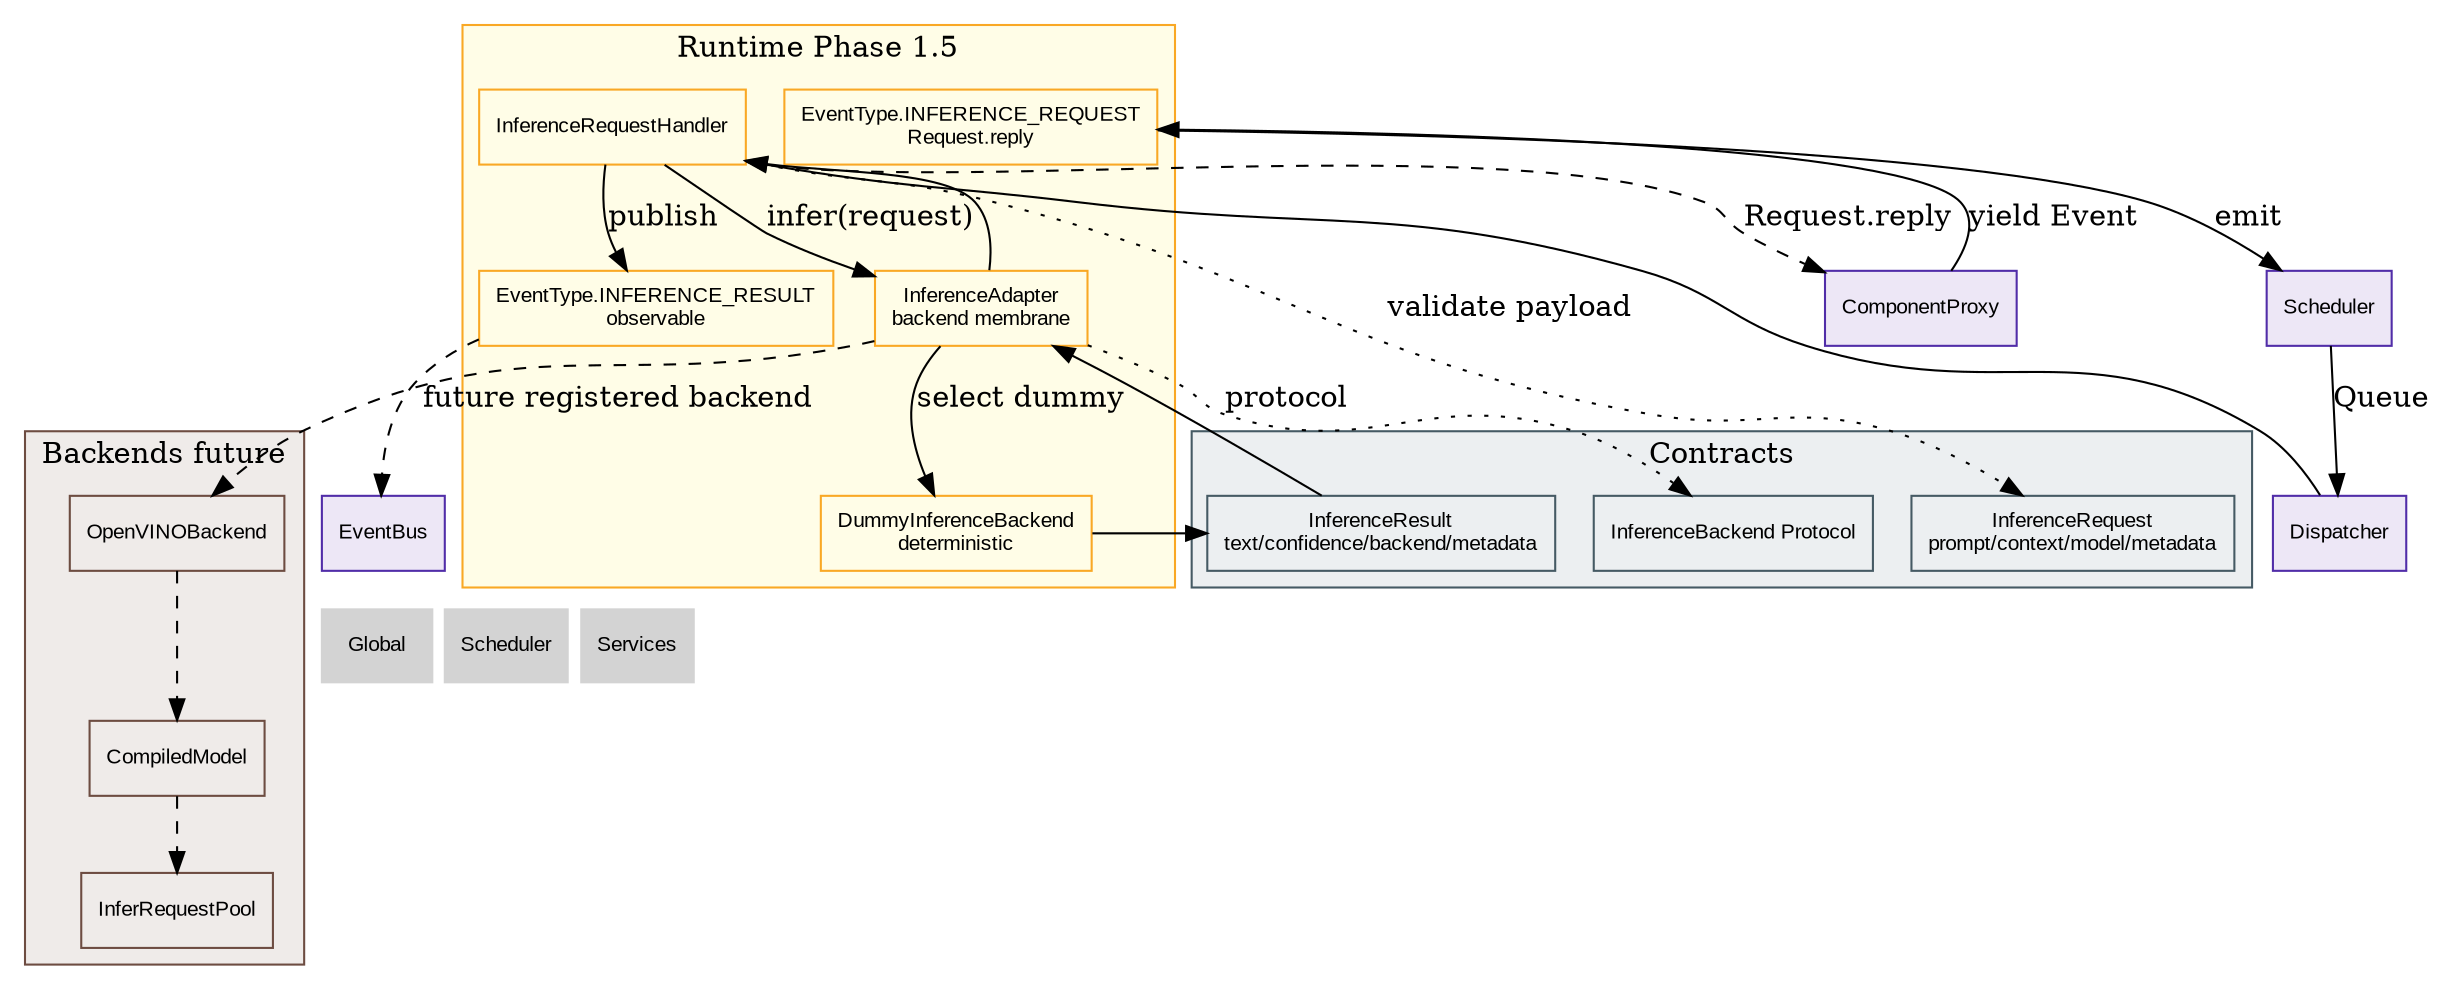
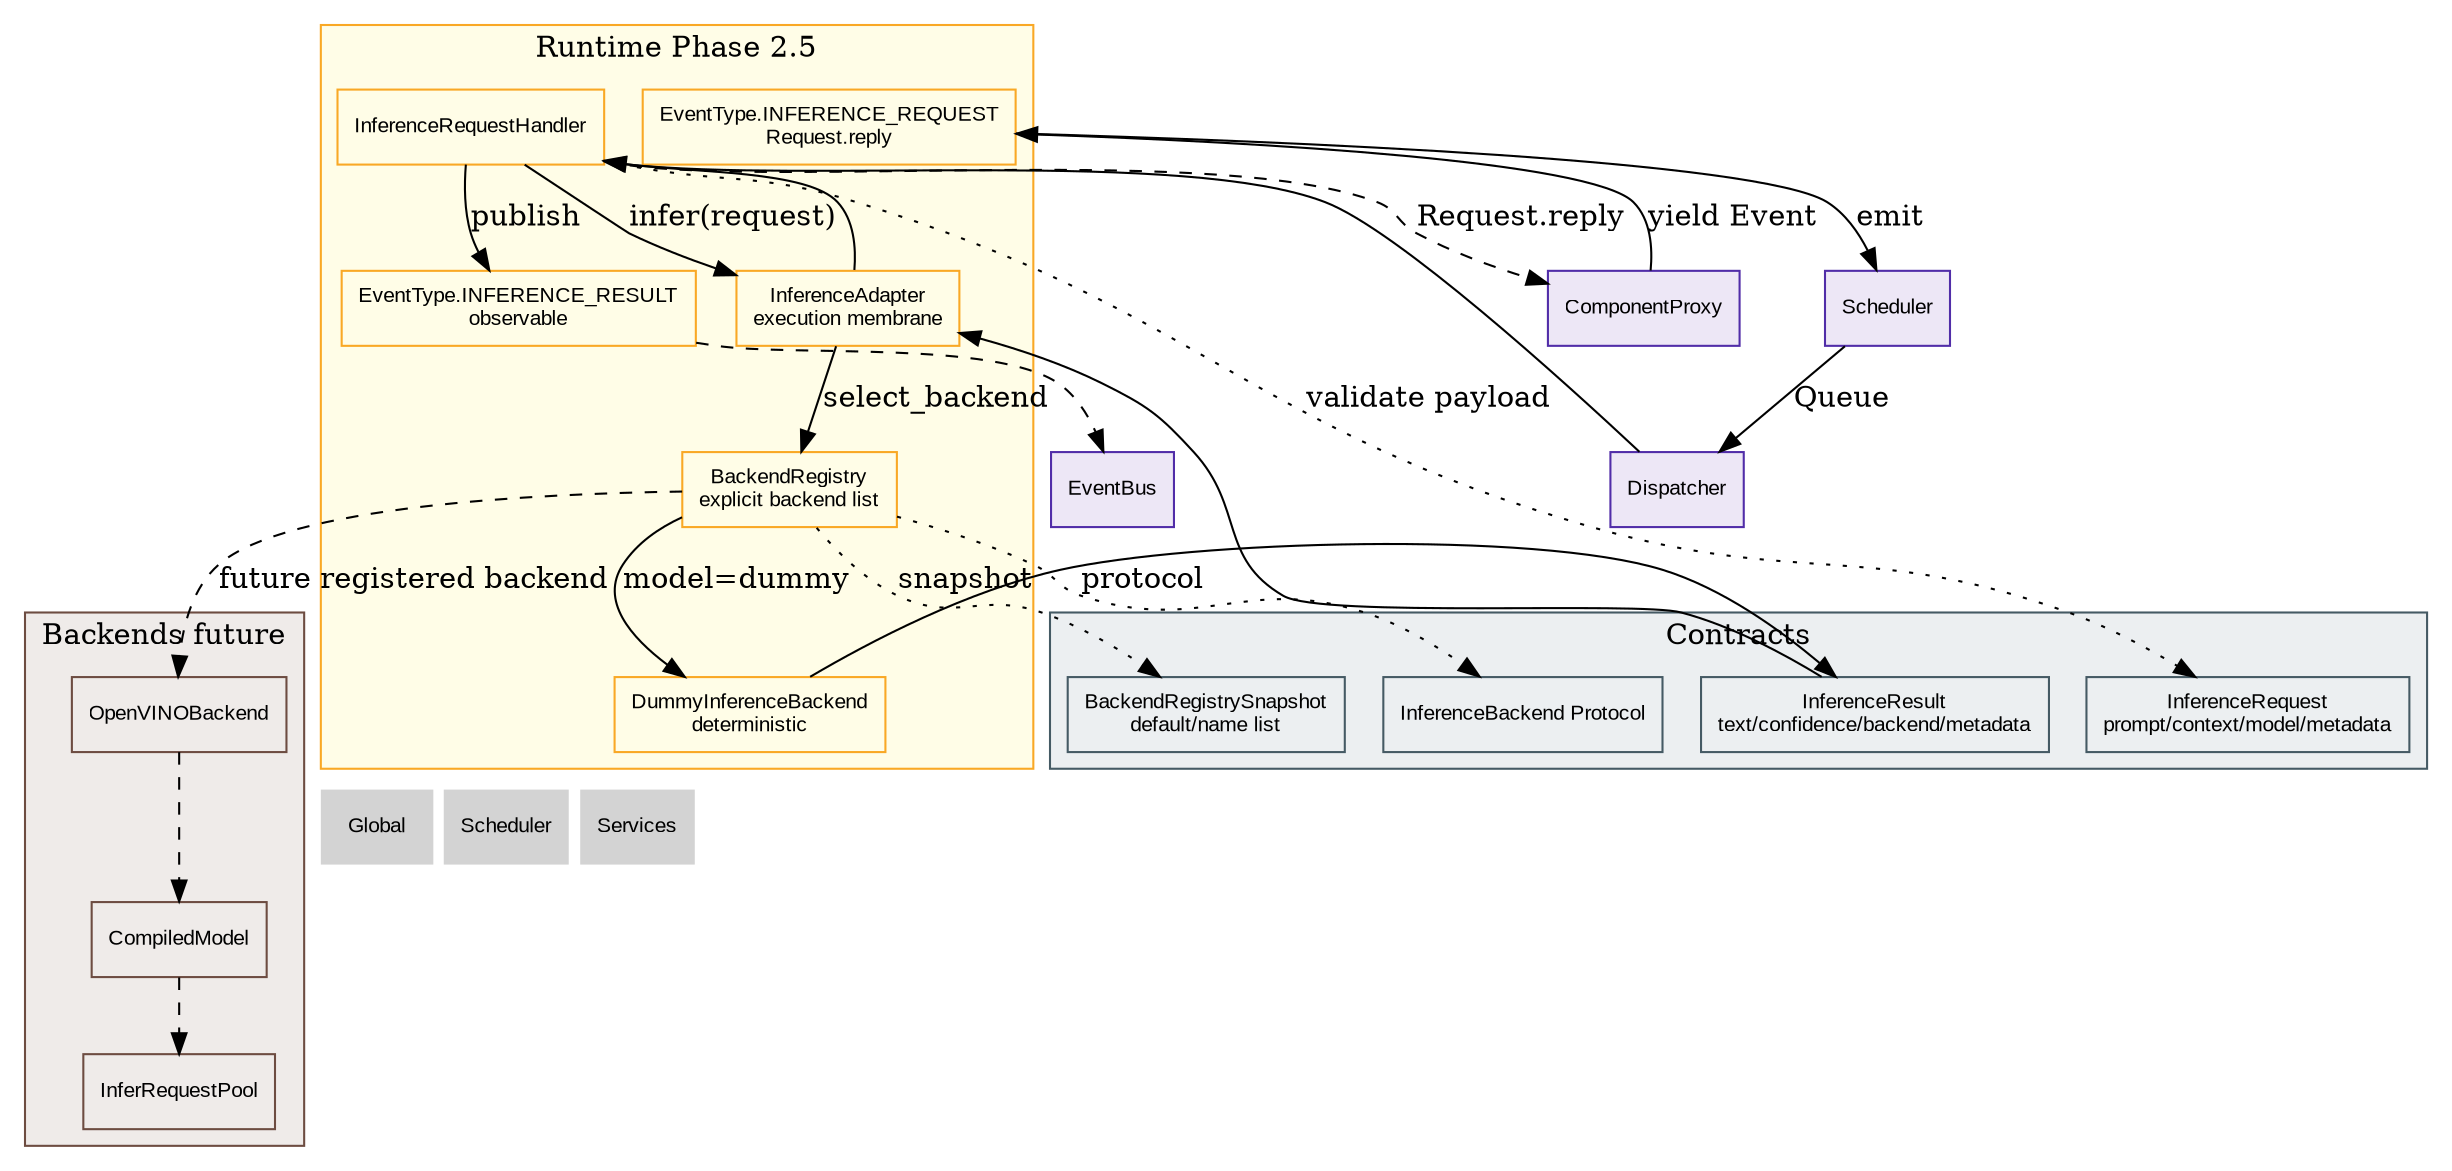
digraph Inference {
    // ROADMAP_ID: inference
    // ROADMAP_PARENT: 00_global.dot

    rankdir=TB;
    node [shape=box, style=filled, fontname="Arial", fontsize=10];

-     // ROADMAP_NOTE[phase1_5]:
-     // Cette vue ajoute InferenceAdapter entre le handler et les backends.
-     // Le handler ne dépend plus de DummyInferenceBackend. OpenVINO pourra
-     // être ajouté comme backend enregistré dans l'adapter sans modifier
-     // Scheduler, Dispatcher ou ComponentProxy.
+     // ROADMAP_NOTE[phase2_5]:
+     // BackendRegistry devient la liste explicite des backends disponibles.
+     // InferenceAdapter n'enregistre plus directement les backends : il exécute
+     // seulement via le backend sélectionné par le registry. OpenVINO sera donc
+     // ajouté en enregistrant un backend, pas en modifiant Scheduler/Dispatcher.

    subgraph cluster_contracts {
        label="Contracts";
        color="#455a64";
        bgcolor="#eceff1";
        node [fillcolor="#eceff1", color="#455a64"];
-         InferenceRequest [label="InferenceRequest
- prompt/context/model/metadata"];
-         InferenceResult [label="InferenceResult
- text/confidence/backend/metadata"];
+         InferenceRequest [label="InferenceRequest\nprompt/context/model/metadata"];
+         InferenceResult [label="InferenceResult\ntext/confidence/backend/metadata"];
        InferenceBackend [label="InferenceBackend Protocol"];
+         RegistrySnapshot [label="BackendRegistrySnapshot\ndefault/name list"];
    }

    subgraph cluster_runtime {
-         label="Runtime Phase 1.5";
+         label="Runtime Phase 2.5";
        color="#f9a825";
        bgcolor="#fffde7";
        node [fillcolor="#fffde7", color="#f9a825"];
-         EventRequest [label="EventType.INFERENCE_REQUEST
- Request.reply"];
+         EventRequest [label="EventType.INFERENCE_REQUEST\nRequest.reply"];
        Handler [label="InferenceRequestHandler"];
-         Adapter [label="InferenceAdapter
- backend membrane"];
-         Dummy [label="DummyInferenceBackend
- deterministic"];
-         EventResult [label="EventType.INFERENCE_RESULT
- observable"];
+         Adapter [label="InferenceAdapter\nexecution membrane"];
+         Registry [label="BackendRegistry\nexplicit backend list"];
+         Dummy [label="DummyInferenceBackend\ndeterministic"];
+         EventResult [label="EventType.INFERENCE_RESULT\nobservable"];
    }

    subgraph cluster_future {
        label="Backends future";
        color="#6d4c41";
        bgcolor="#efebe9";
        node [fillcolor="#efebe9", color="#6d4c41"];
        OpenVINO [label="OpenVINOBackend"];
        CompiledModel [label="CompiledModel"];
        InferPool [label="InferRequestPool"];
    }

    Scheduler [fillcolor="#ede7f6", color="#512da8", URL="../scheduler/10_scheduler.svg"];
    Dispatcher [fillcolor="#ede7f6", color="#512da8", URL="../scheduler/dispatcher/11_dispatcher.svg"];
    ComponentProxy [fillcolor="#ede7f6", color="#512da8", URL="../scheduler/component_proxy/14_component_proxy.svg"];
    EventBus [fillcolor="#ede7f6", color="#512da8", URL="../scheduler/event_bus/12_event_bus.svg"];

    ComponentProxy -> EventRequest [label="yield Event"];
    EventRequest -> Scheduler [label="emit"];
    Scheduler -> Dispatcher [label="Queue"];
    Dispatcher -> Handler;
    Handler -> InferenceRequest [style=dotted, label="validate payload"];
    Handler -> Adapter [label="infer(request)"];
-     Adapter -> InferenceBackend [style=dotted, label="protocol"];
-     Adapter -> Dummy [label="select dummy"];
+     Adapter -> Registry [label="select_backend"];
+     Registry -> RegistrySnapshot [style=dotted, label="snapshot"];
+     Registry -> InferenceBackend [style=dotted, label="protocol"];
+     Registry -> Dummy [label="model=dummy"];
    Dummy -> InferenceResult;
    InferenceResult -> Adapter;
    Adapter -> Handler;
    Handler -> ComponentProxy [label="Request.reply", style=dashed];
    Handler -> EventResult [label="publish"];
    EventResult -> EventBus [style=dashed];

    OpenVINO -> CompiledModel [style=dashed];
    CompiledModel -> InferPool [style=dashed];
-     Adapter -> OpenVINO [style=dashed, label="future registered backend"];
+     Registry -> OpenVINO [style=dashed, label="future registered backend"];

    Nav_Global [label="Global", shape=plaintext, URL="../00_global.svg"];
    Nav_Scheduler [label="Scheduler", shape=plaintext, URL="../scheduler/10_scheduler.svg"];
    Nav_Services [label="Services", shape=plaintext, URL="../services/30_services.svg"];

    { rank=sink; Nav_Global; Nav_Scheduler; Nav_Services; }
}
